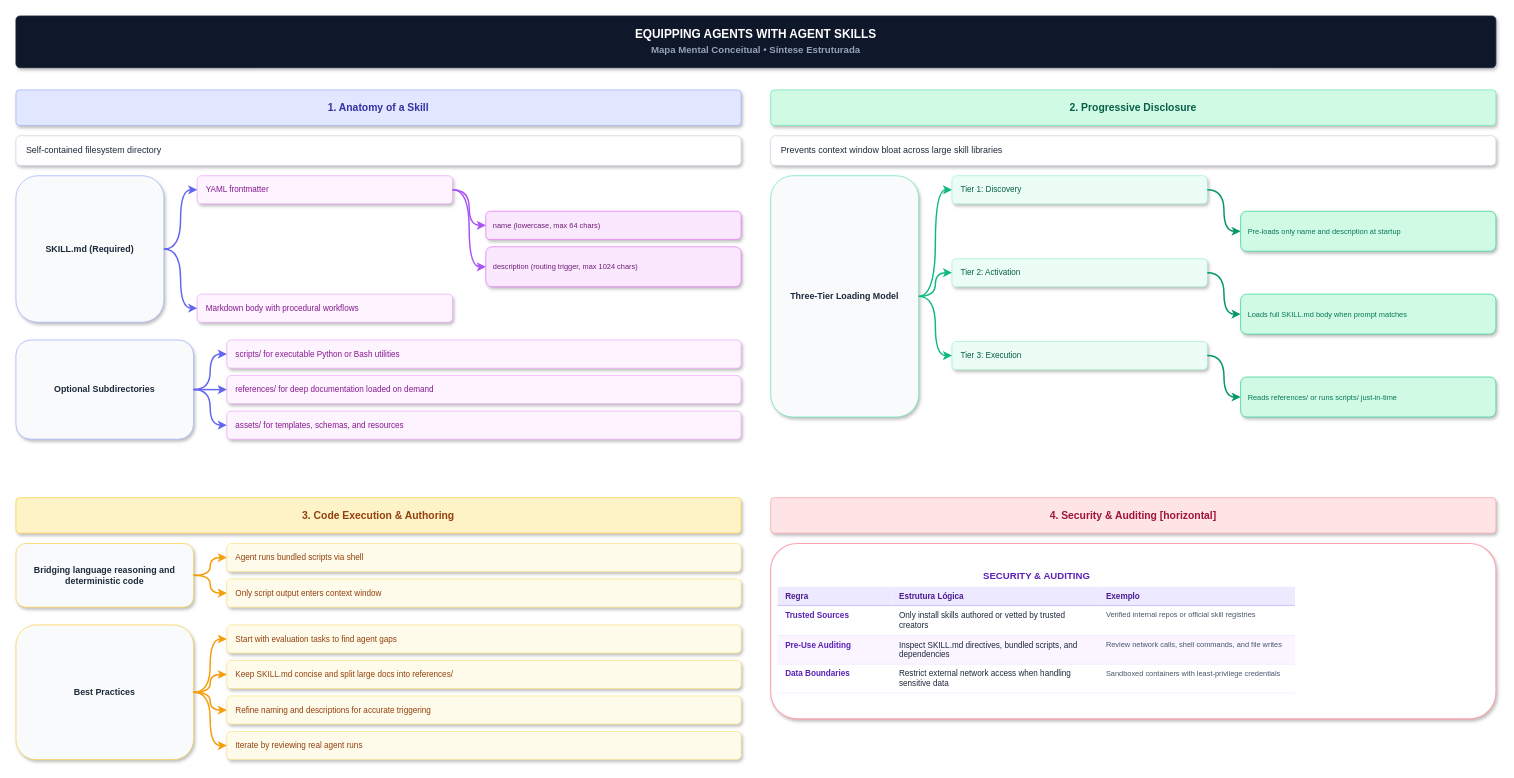
Earlier version of the draw.io diagram examples/mental-map/Equipping Agents with Agent Skills.drawio (IcarusDevGit/Snipper). Source tidied: cells renumbered, new cells numbered last; positions are measured from the earlier drawing's top-left corner, leaving out a move shared by most shapes. Both pictures are drawn from the tidied source at 74%, with x=0, y=0 at pixel (16, 16).
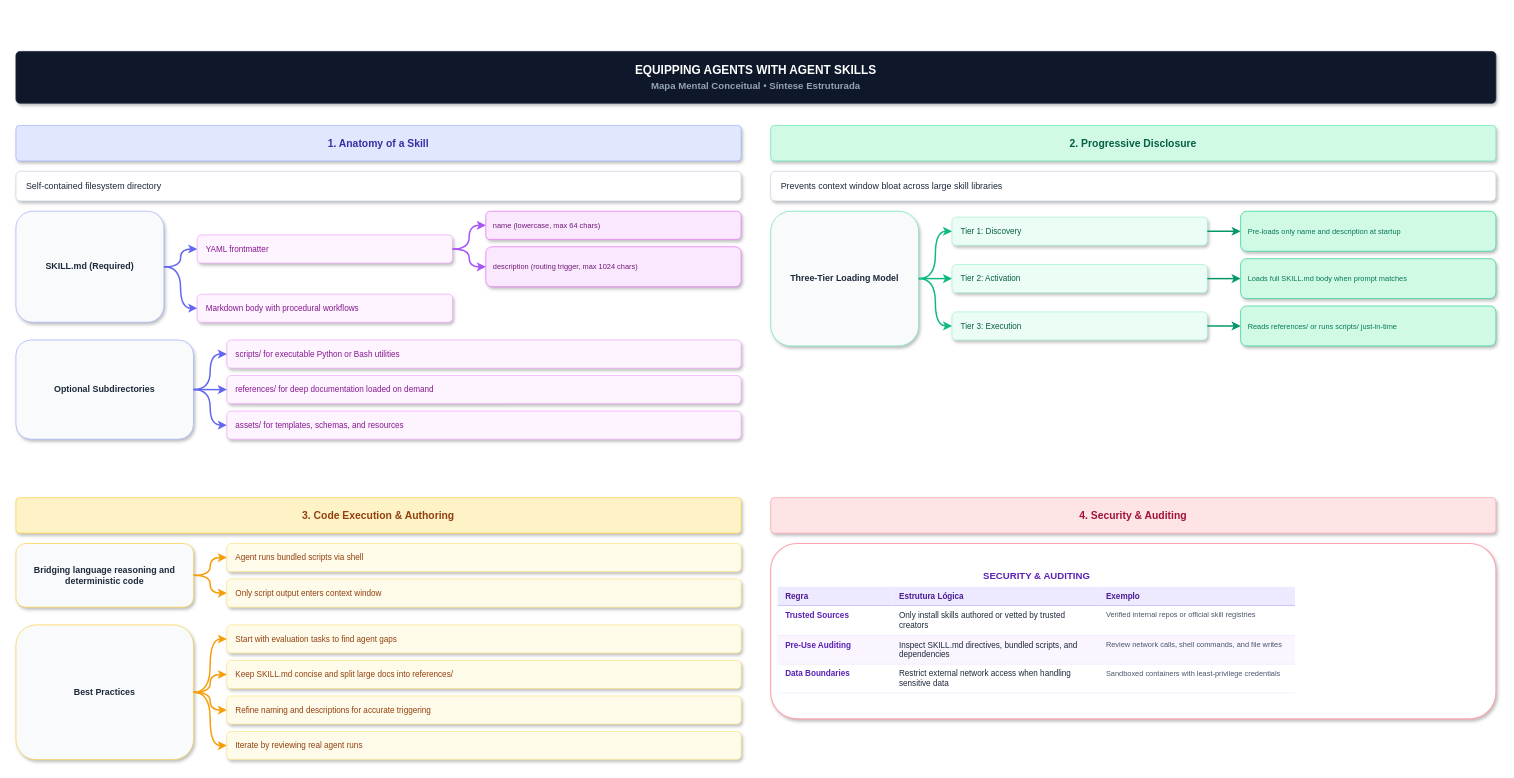
The same diagram, later.

The edit, as a diff of the source:
```diff
@@
     <mxCell id="2" value="&lt;b&gt;EQUIPPING AGENTS WITH AGENT SKILLS&lt;/b&gt;&lt;br/&gt;&lt;font color='#94a3b8' size='2'&gt;Mapa Mental Conceitual &amp;bull; Síntese Estruturada&lt;/font&gt;" style="rounded=1;whiteSpace=wrap;html=1;fillColor=#0f172a;strokeColor=#1e293b;fontColor=#ffffff;fontStyle=1;fontSize=16;arcSize=8;shadow=1;" parent="1" vertex="1">
-      <mxGeometry width="2000" height="70" as="geometry" />
+      <mxGeometry y="48" width="2000" height="70" as="geometry" />
     </mxCell>
     <mxCell id="3" value="&lt;b&gt;1. Anatomy of a Skill&lt;/b&gt;" style="rounded=1;whiteSpace=wrap;html=1;fillColor=#e0e7ff;strokeColor=#a5b4fc;fontColor=#3730a3;fontStyle=1;fontSize=14;arcSize=10;shadow=1;" parent="1" vertex="1">
-      <mxGeometry y="100" width="980" height="48" as="geometry" />
+      <mxGeometry y="148" width="980" height="48" as="geometry" />
     </mxCell>
     <mxCell id="4" value="Self-contained filesystem directory" style="rounded=1;whiteSpace=wrap;html=1;fillColor=#ffffff;strokeColor=#cbd5e1;fontColor=#1e293b;fontSize=12;align=left;spacingLeft=12;spacingRight=12;shadow=1;" parent="1" vertex="1">
-      <mxGeometry y="162" width="980" height="40" as="geometry" />
+      <mxGeometry y="210" width="980" height="40" as="geometry" />
     </mxCell>
     <mxCell id="5" value="SKILL.md (Required)" style="rounded=1;whiteSpace=wrap;html=1;fillColor=#f8fafc;strokeColor=#a5b4fc;fontColor=#1e293b;fontSize=12;fontStyle=1;align=center;shadow=1;" parent="1" vertex="1">
-      <mxGeometry y="216" width="200" height="198" as="geometry" />
+      <mxGeometry y="264" width="200" height="150" as="geometry" />
     </mxCell>
     <mxCell id="6" value="YAML frontmatter" style="rounded=1;whiteSpace=wrap;html=1;fillColor=#fdf4ff;strokeColor=#f0abfc;fontColor=#86198f;fontSize=11;align=left;spacingLeft=10;shadow=1;" parent="1" vertex="1">
-      <mxGeometry x="245" y="216" width="345" height="38" as="geometry" />
+      <mxGeometry x="245" y="296" width="345" height="38" as="geometry" />
     </mxCell>
@@
     <mxCell id="14" value="&lt;b&gt;2. Progressive Disclosure&lt;/b&gt;" style="rounded=1;whiteSpace=wrap;html=1;fillColor=#d1fae5;strokeColor=#6ee7b7;fontColor=#065f46;fontStyle=1;fontSize=14;arcSize=10;shadow=1;" parent="1" vertex="1">
-      <mxGeometry x="1020" y="100" width="980" height="48" as="geometry" />
+      <mxGeometry x="1020" y="148" width="980" height="48" as="geometry" />
     </mxCell>
     <mxCell id="15" value="Prevents context window bloat across large skill libraries" style="rounded=1;whiteSpace=wrap;html=1;fillColor=#ffffff;strokeColor=#cbd5e1;fontColor=#1e293b;fontSize=12;align=left;spacingLeft=12;spacingRight=12;shadow=1;" parent="1" vertex="1">
-      <mxGeometry x="1020" y="162" width="980" height="40" as="geometry" />
+      <mxGeometry x="1020" y="210" width="980" height="40" as="geometry" />
     </mxCell>
     <mxCell id="16" value="Three-Tier Loading Model" style="rounded=1;whiteSpace=wrap;html=1;fillColor=#f8fafc;strokeColor=#6ee7b7;fontColor=#1e293b;fontSize=12;fontStyle=1;align=center;shadow=1;" parent="1" vertex="1">
-      <mxGeometry x="1020" y="216" width="200" height="326" as="geometry" />
+      <mxGeometry x="1020" y="264" width="200" height="182" as="geometry" />
     </mxCell>
     <mxCell id="17" value="Tier 1: Discovery" style="rounded=1;whiteSpace=wrap;html=1;fillColor=#ecfdf5;strokeColor=#a7f3d0;fontColor=#065f46;fontSize=11;align=left;spacingLeft=10;shadow=1;" parent="1" vertex="1">
-      <mxGeometry x="1265" y="216" width="345" height="38" as="geometry" />
+      <mxGeometry x="1265" y="272" width="345" height="38" as="geometry" />
     </mxCell>
@@
     <mxCell id="19" value="Tier 2: Activation" style="rounded=1;whiteSpace=wrap;html=1;fillColor=#ecfdf5;strokeColor=#a7f3d0;fontColor=#065f46;fontSize=11;align=left;spacingLeft=10;shadow=1;" parent="1" vertex="1">
-      <mxGeometry x="1265" y="328" width="345" height="38" as="geometry" />
+      <mxGeometry x="1265" y="336" width="345" height="38" as="geometry" />
     </mxCell>
     <mxCell id="20" value="Loads full SKILL.md body when prompt matches" style="rounded=1;whiteSpace=wrap;html=1;fillColor=#d1fae5;strokeColor=#34d399;fontColor=#047857;fontSize=10;align=left;spacingLeft=8;shadow=1;" parent="1" vertex="1">
-      <mxGeometry x="1655" y="376" width="345" height="54" as="geometry" />
+      <mxGeometry x="1655" y="328" width="345" height="54" as="geometry" />
     </mxCell>
     <mxCell id="21" value="Tier 3: Execution" style="rounded=1;whiteSpace=wrap;html=1;fillColor=#ecfdf5;strokeColor=#a7f3d0;fontColor=#065f46;fontSize=11;align=left;spacingLeft=10;shadow=1;" parent="1" vertex="1">
-      <mxGeometry x="1265" y="440" width="345" height="38" as="geometry" />
+      <mxGeometry x="1265" y="400" width="345" height="38" as="geometry" />
     </mxCell>
     <mxCell id="22" value="Reads references/ or runs scripts/ just-in-time" style="rounded=1;whiteSpace=wrap;html=1;fillColor=#d1fae5;strokeColor=#34d399;fontColor=#047857;fontSize=10;align=left;spacingLeft=8;shadow=1;" parent="1" vertex="1">
-      <mxGeometry x="1655" y="488" width="345" height="54" as="geometry" />
+      <mxGeometry x="1655" y="392" width="345" height="54" as="geometry" />
     </mxCell>
@@
-    <mxCell id="32" value="&lt;b&gt;4. Security &amp; Auditing [horizontal]&lt;/b&gt;" style="rounded=1;whiteSpace=wrap;html=1;fillColor=#ffe4e6;strokeColor=#fda4af;fontColor=#9f1239;fontStyle=1;fontSize=14;arcSize=10;shadow=1;" parent="1" vertex="1">
+    <mxCell id="32" value="&lt;b&gt;4. Security &amp; Auditing&lt;/b&gt;" style="rounded=1;whiteSpace=wrap;html=1;fillColor=#ffe4e6;strokeColor=#fda4af;fontColor=#9f1239;fontStyle=1;fontSize=14;arcSize=10;shadow=1;" parent="1" vertex="1">
       <mxGeometry x="1020" y="651" width="980" height="48" as="geometry" />
     </mxCell>
```
